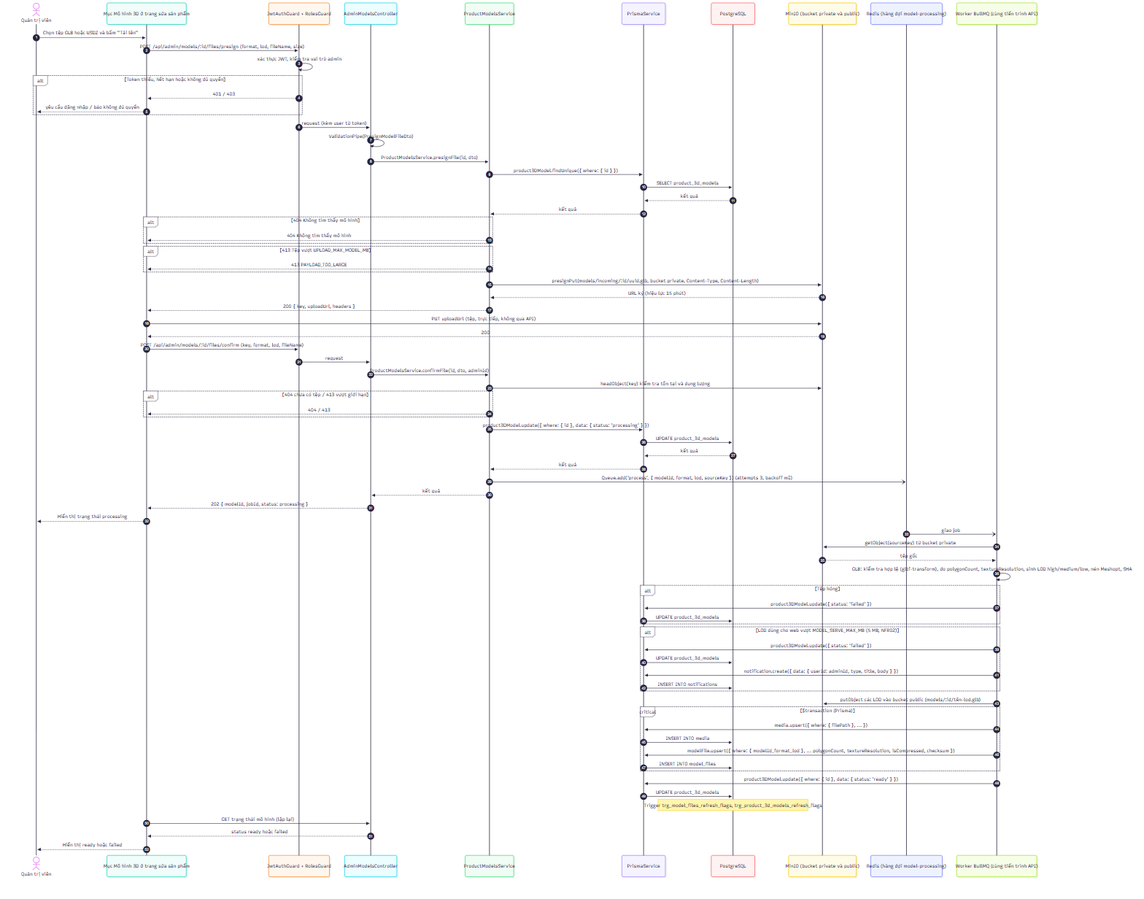
The Mermaid diagram docs/diagrams/png/sequence_UC-ADM-13_tai-va-quan-ly-mo-hinh-3d-san-pham.png in 2431540234-arch/XDUDTMDT, before a commit. Its source is kept beside it as docs/diagrams/src/sequence_UC-ADM-13_tai-va-quan-ly-mo-hinh-3d-san-pham.mmd.
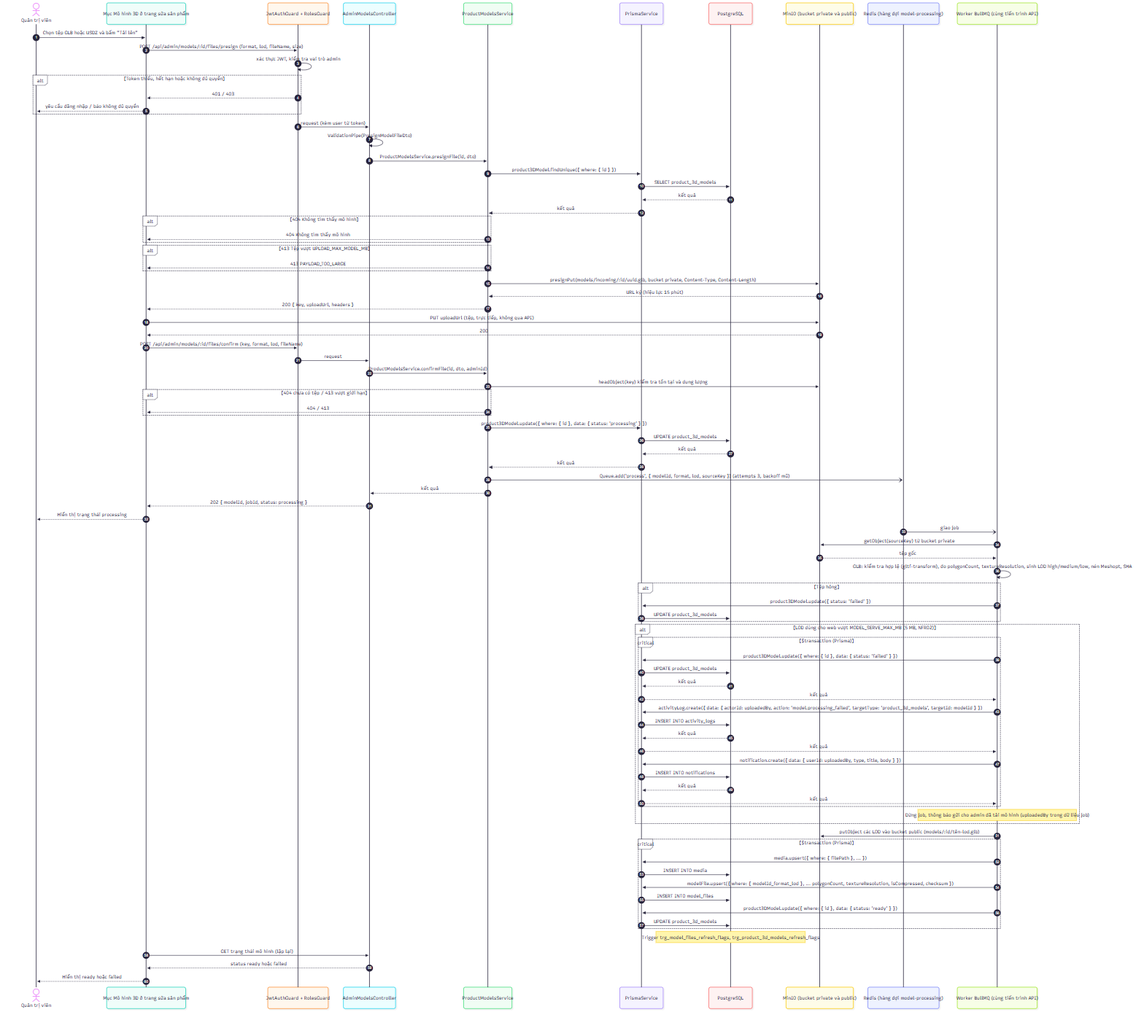
Above is the later version.

The edit, as a diff of the source:
```diff
@@ -59,10 +59,21 @@
         P->>D: UPDATE product_3d_models
     end
     alt LOD dùng cho web vượt MODEL_SERVE_MAX_MB (5 MB, NFR02)
-        W->>P: product3DModel.update({ status: 'failed' })
-        P->>D: UPDATE product_3d_models
-        W->>P: notification.create({ data: { userId: adminId, type, title, body } })
-        P->>D: INSERT INTO notifications
+        critical $transaction (Prisma)
+            W->>P: product3DModel.update({ where: { id }, data: { status: 'failed' } })
+            P->>D: UPDATE product_3d_models
+            D-->>P: kết quả
+            P-->>W: kết quả
+            W->>P: activityLog.create({ data: { actorId: uploadedBy, action: 'model.processing_failed', targetType: 'product_3d_models', targetId: modelId } })
+            P->>D: INSERT INTO activity_logs
+            D-->>P: kết quả
+            P-->>W: kết quả
+            W->>P: notification.create({ data: { userId: uploadedBy, type, title, body } })
+            P->>D: INSERT INTO notifications
+            D-->>P: kết quả
+            P-->>W: kết quả
+        end
+        Note over W: Dừng job, thông báo gửi cho admin đã tải mô hình (uploadedBy trong dữ liệu job)
     end
     W->>X: putObject các LOD vào bucket public (models/:id/tên-lod.glb)
     critical $transaction (Prisma)
@@ -70,9 +81,9 @@
         P->>D: INSERT INTO media
         W->>P: modelFile.upsert({ where: { modelId_format_lod }, ... polygonCount, textureResolution, isCompressed, checksum })
         P->>D: INSERT INTO model_files
+        W->>P: product3DModel.update({ where: { id }, data: { status: 'ready' } })
+        P->>D: UPDATE product_3d_models
     end
-    W->>P: product3DModel.update({ where: { id }, data: { status: 'ready' } })
-    P->>D: UPDATE product_3d_models
     Note over D: Trigger trg_model_files_refresh_flags, trg_product_3d_models_refresh_flags
     FE->>C: GET trạng thái mô hình (lặp lại)
     C-->>FE: status ready hoặc failed
```
